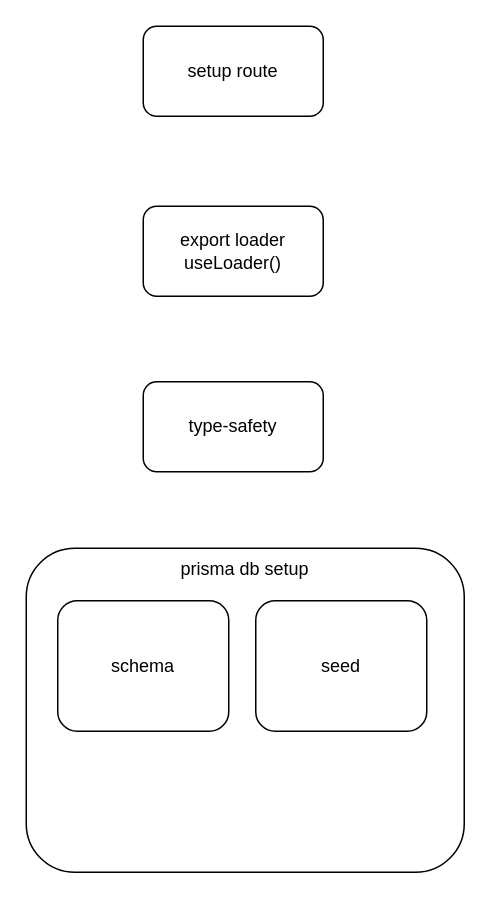
Before: remix.drawio in appsparkler/draw.io, a draw.io diagram. Source tidied: cells renumbered, new cells numbered last; positions are measured from the earlier drawing's top-left corner, leaving out a move shared by most shapes. Both pictures are drawn from the tidied source at 150%, with x=0, y=0 at pixel (26, 26).
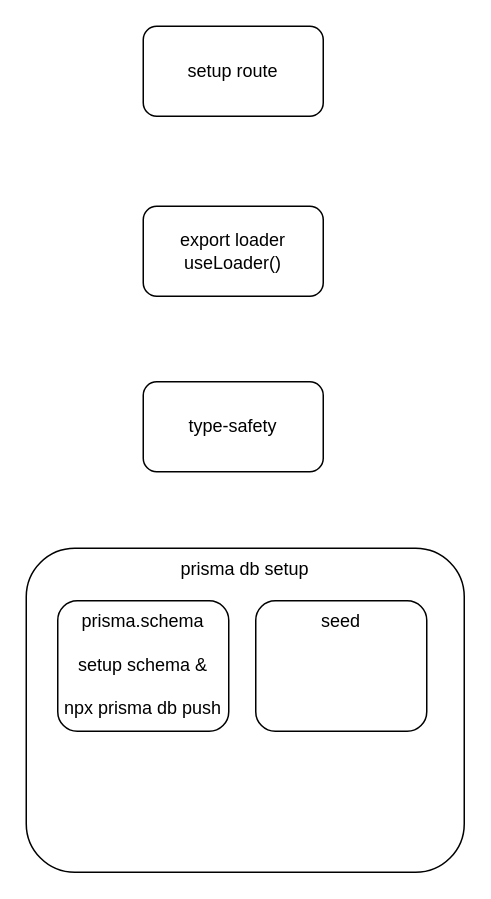
Above is the later version.

Diff of the diagram source:
```diff
@@
 <mxGraphModel>
   <root>
     <mxCell id="0" />
     <mxCell id="1" parent="0" />
     <mxCell id="2" value="setup route" style="rounded=1;whiteSpace=wrap;html=1;" parent="1" vertex="1">
       <mxGeometry x="78" width="120" height="60" as="geometry" />
     </mxCell>
     <mxCell id="3" value="export loader&lt;br&gt;useLoader()" style="rounded=1;whiteSpace=wrap;html=1;" parent="1" vertex="1">
       <mxGeometry x="78" y="120" width="120" height="60" as="geometry" />
     </mxCell>
     <mxCell id="4" value="type-safety" style="rounded=1;whiteSpace=wrap;html=1;" parent="1" vertex="1">
       <mxGeometry x="78" y="237" width="120" height="60" as="geometry" />
     </mxCell>
     <mxCell id="5" value="prisma db setup" style="rounded=1;whiteSpace=wrap;html=1;verticalAlign=top;" parent="1" vertex="1">
       <mxGeometry y="348" width="292" height="216" as="geometry" />
     </mxCell>
-    <mxCell id="6" value="schema" style="rounded=1;whiteSpace=wrap;html=1;" parent="1" vertex="1">
+    <mxCell id="6" value="prisma.schema&lt;br&gt;&lt;br&gt;setup schema &amp;amp;&lt;br&gt;&lt;br&gt;npx prisma db push" style="rounded=1;whiteSpace=wrap;html=1;verticalAlign=top;" parent="1" vertex="1">
       <mxGeometry x="21" y="383" width="114" height="87" as="geometry" />
     </mxCell>
-    <mxCell id="7" value="seed" style="rounded=1;whiteSpace=wrap;html=1;" parent="1" vertex="1">
+    <mxCell id="7" value="seed&lt;br&gt;&lt;br&gt;" style="rounded=1;whiteSpace=wrap;html=1;verticalAlign=top;" parent="1" vertex="1">
       <mxGeometry x="153" y="383" width="114" height="87" as="geometry" />
     </mxCell>
   </root>
 </mxGraphModel>
```
